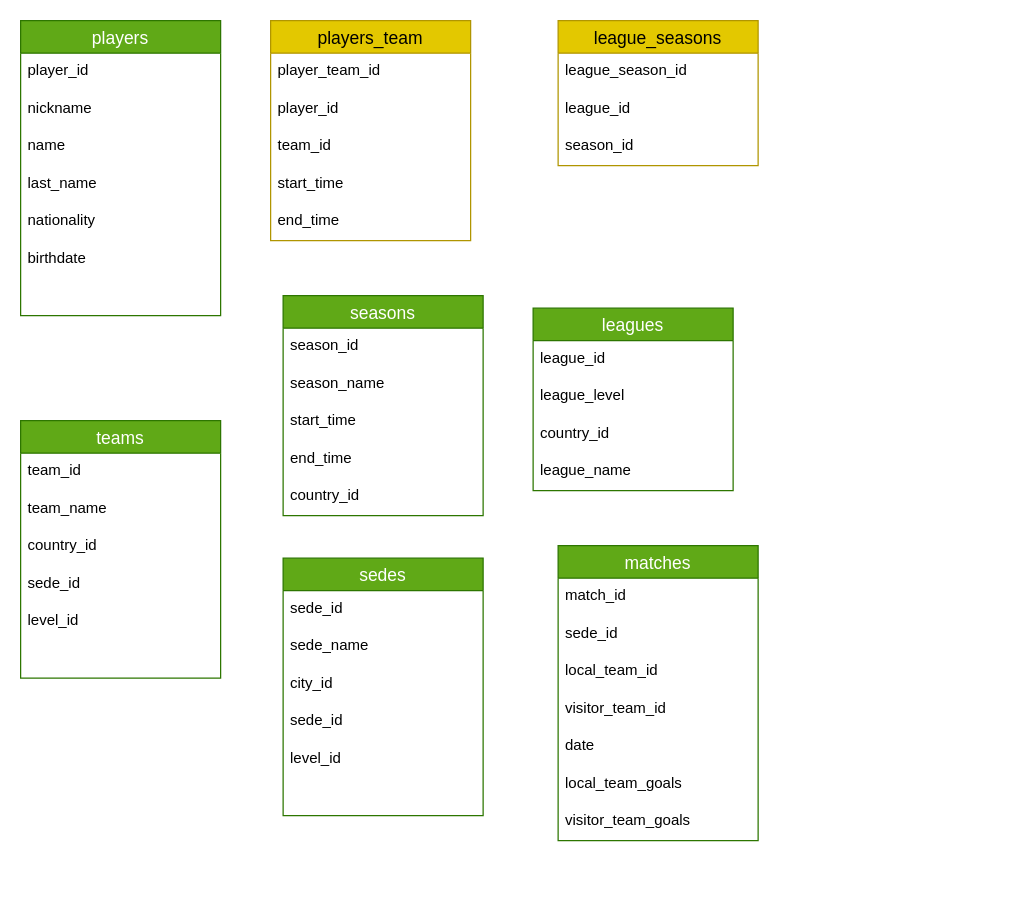
Earlier version of the draw.io diagram soccer_model.drawio (r3card0/soccer.stats). Source tidied: cells renumbered, new cells numbered last; positions are measured from the earlier drawing's top-left corner, leaving out a move shared by most shapes. Both pictures are drawn from the tidied source at 125%, with x=0, y=0 at pixel (20, 20).
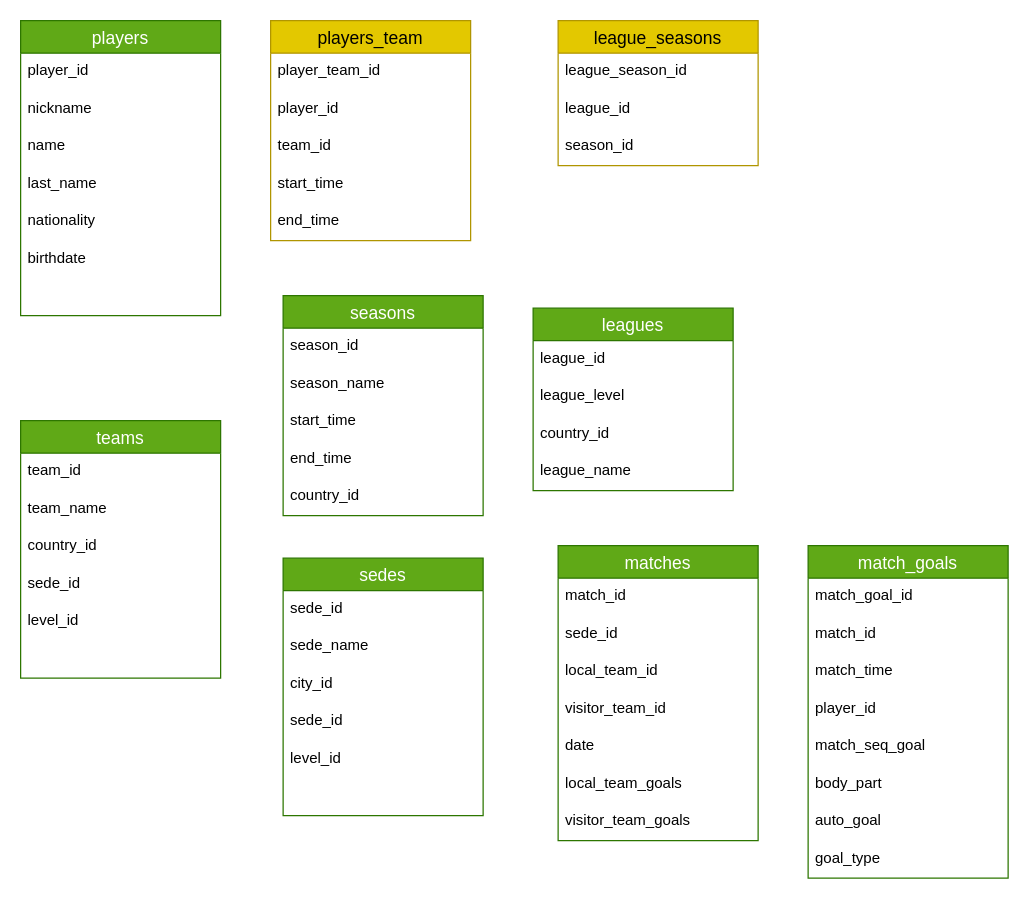
Above is the later version.

Commit message:
match_goals model added

Change to the diagram source:
```diff
@@
+    <mxCell id="53" value="match_goals" style="swimlane;fontStyle=0;horizontal=1;startSize=26;align=center;fontSize=14;fillColor=#60a917;fontColor=#ffffff;strokeColor=#2D7600;" parent="1" vertex="1">
+      <mxGeometry x="630" y="420" width="160" height="266" as="geometry" />
+    </mxCell>
+    <mxCell id="54" value="match_goal_id" style="text;strokeColor=none;fillColor=none;spacingLeft=4;spacingRight=4;overflow=hidden;fontSize=12;" parent="53" vertex="1">
+      <mxGeometry y="26" width="160" height="30" as="geometry" />
+    </mxCell>
+    <mxCell id="55" value="match_id" style="text;strokeColor=none;fillColor=none;spacingLeft=4;spacingRight=4;overflow=hidden;fontSize=12;" parent="53" vertex="1">
+      <mxGeometry y="56" width="160" height="30" as="geometry" />
+    </mxCell>
+    <mxCell id="56" value="match_time" style="text;strokeColor=none;fillColor=none;spacingLeft=4;spacingRight=4;overflow=hidden;fontSize=12;" parent="53" vertex="1">
+      <mxGeometry y="86" width="160" height="30" as="geometry" />
+    </mxCell>
+    <mxCell id="57" value="player_id" style="text;strokeColor=none;fillColor=none;spacingLeft=4;spacingRight=4;overflow=hidden;fontSize=12;" parent="53" vertex="1">
+      <mxGeometry y="116" width="160" height="30" as="geometry" />
+    </mxCell>
+    <mxCell id="58" value="match_seq_goal" style="text;strokeColor=none;fillColor=none;spacingLeft=4;spacingRight=4;overflow=hidden;fontSize=12;" parent="53" vertex="1">
+      <mxGeometry y="146" width="160" height="30" as="geometry" />
+    </mxCell>
+    <mxCell id="59" value="body_part" style="text;strokeColor=none;fillColor=none;spacingLeft=4;spacingRight=4;overflow=hidden;fontSize=12;" parent="53" vertex="1">
+      <mxGeometry y="176" width="160" height="30" as="geometry" />
+    </mxCell>
+    <mxCell id="60" value="auto_goal" style="text;strokeColor=none;fillColor=none;spacingLeft=4;spacingRight=4;overflow=hidden;fontSize=12;" parent="53" vertex="1">
+      <mxGeometry y="206" width="160" height="30" as="geometry" />
+    </mxCell>
+    <mxCell id="61" value="goal_type" style="text;strokeColor=none;fillColor=none;spacingLeft=4;spacingRight=4;overflow=hidden;fontSize=12;" parent="53" vertex="1">
+      <mxGeometry y="236" width="160" height="30" as="geometry" />
+    </mxCell>
```
